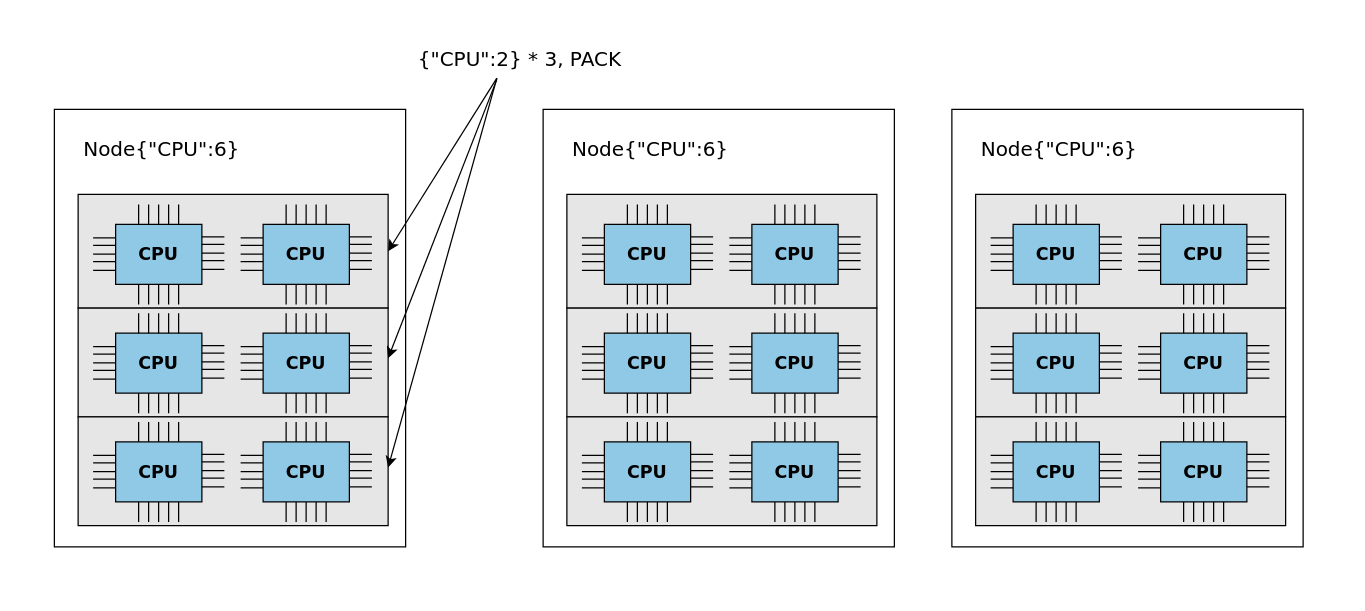
Earlier version of the draw.io diagram drawio/ch-ray-cluster/pg-pack.drawio (godaai/scale-py-zh). Source tidied: cells renumbered, new cells numbered last; positions are measured from the earlier drawing's top-left corner, leaving out a move shared by most shapes. Both pictures are drawn from the tidied source at 125%, with x=0, y=0 at pixel (21, 21).
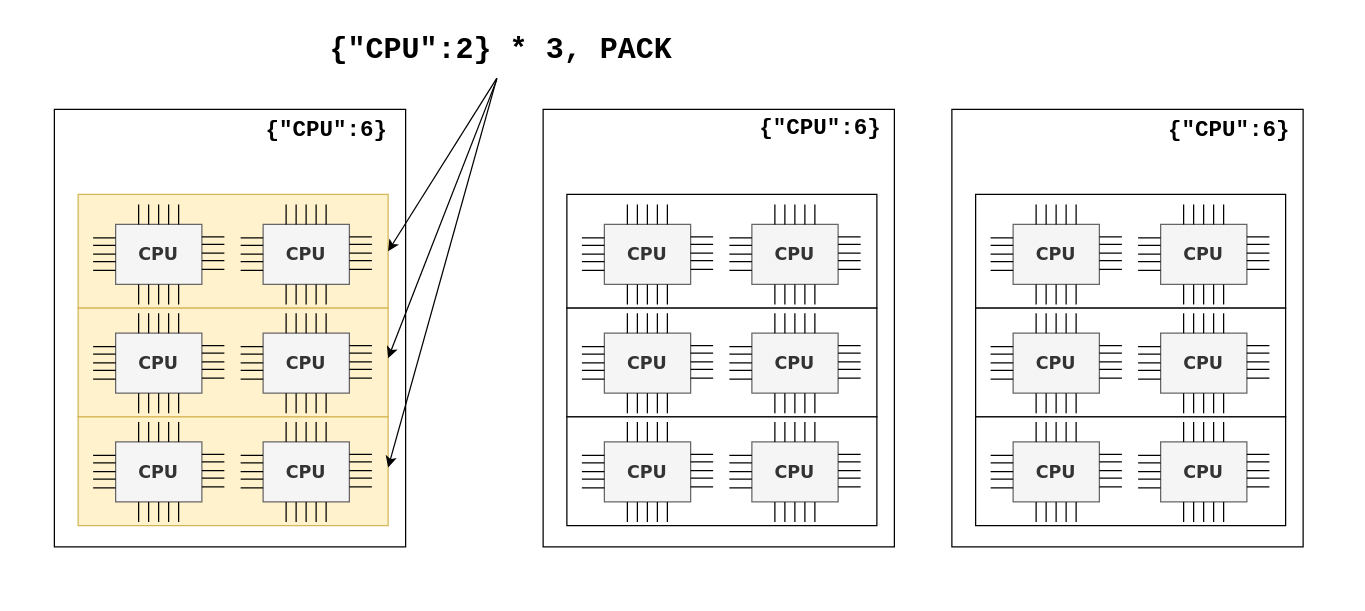
The same page after the edit.

The edit, as a diff of the source:
```diff
@@
-    <mxCell id="4" style="rounded=0;whiteSpace=wrap;html=1;fillColor=#E6E6E6;" parent="1" vertex="1">
+    <mxCell id="4" style="rounded=0;whiteSpace=wrap;html=1;fillColor=#fff2cc;strokeColor=#d6b656;" parent="1" vertex="1">
       <mxGeometry x="45" y="138" width="248" height="91" as="geometry" />
     </mxCell>
-    <mxCell id="5" value="&lt;b&gt;&lt;font style=&quot;font-size: 14px;&quot; face=&quot;Verdana&quot;&gt;CPU&lt;/font&gt;&lt;/b&gt;" style="rounded=0;whiteSpace=wrap;html=1;fillColor=#90C9E6;" parent="1" vertex="1">
+    <mxCell id="5" value="&lt;b&gt;&lt;font style=&quot;font-size: 14px;&quot; face=&quot;Verdana&quot;&gt;CPU&lt;/font&gt;&lt;/b&gt;" style="rounded=0;whiteSpace=wrap;html=1;fillColor=#f5f5f5;strokeColor=#666666;fontColor=#333333;" parent="1" vertex="1">
       <mxGeometry x="75" y="162" width="69" height="48" as="geometry" />
     </mxCell>
@@
-    <mxCell id="26" value="&lt;b&gt;&lt;font style=&quot;font-size: 14px;&quot; face=&quot;Verdana&quot;&gt;CPU&lt;/font&gt;&lt;/b&gt;" style="rounded=0;whiteSpace=wrap;html=1;fillColor=#90C9E6;" parent="1" vertex="1">
+    <mxCell id="26" value="&lt;b&gt;&lt;font style=&quot;font-size: 14px;&quot; face=&quot;Verdana&quot;&gt;CPU&lt;/font&gt;&lt;/b&gt;" style="rounded=0;whiteSpace=wrap;html=1;fillColor=#f5f5f5;strokeColor=#666666;fontColor=#333333;" parent="1" vertex="1">
       <mxGeometry x="193" y="162" width="69" height="48" as="geometry" />
     </mxCell>
@@
-    <mxCell id="47" style="rounded=0;whiteSpace=wrap;html=1;fillColor=#E6E6E6;" parent="1" vertex="1">
+    <mxCell id="47" style="rounded=0;whiteSpace=wrap;html=1;fillColor=#fff2cc;strokeColor=#d6b656;" parent="1" vertex="1">
       <mxGeometry x="45" y="229" width="248" height="87" as="geometry" />
     </mxCell>
-    <mxCell id="48" value="&lt;b&gt;&lt;font style=&quot;font-size: 14px;&quot; face=&quot;Verdana&quot;&gt;CPU&lt;/font&gt;&lt;/b&gt;" style="rounded=0;whiteSpace=wrap;html=1;fillColor=#90C9E6;" parent="1" vertex="1">
+    <mxCell id="48" value="&lt;b&gt;&lt;font style=&quot;font-size: 14px;&quot; face=&quot;Verdana&quot;&gt;CPU&lt;/font&gt;&lt;/b&gt;" style="rounded=0;whiteSpace=wrap;html=1;fillColor=#f5f5f5;strokeColor=#666666;fontColor=#333333;" parent="1" vertex="1">
       <mxGeometry x="75" y="249" width="69" height="48" as="geometry" />
     </mxCell>
@@
-    <mxCell id="69" value="&lt;b&gt;&lt;font style=&quot;font-size: 14px;&quot; face=&quot;Verdana&quot;&gt;CPU&lt;/font&gt;&lt;/b&gt;" style="rounded=0;whiteSpace=wrap;html=1;fillColor=#90C9E6;" parent="1" vertex="1">
+    <mxCell id="69" value="&lt;b&gt;&lt;font style=&quot;font-size: 14px;&quot; face=&quot;Verdana&quot;&gt;CPU&lt;/font&gt;&lt;/b&gt;" style="rounded=0;whiteSpace=wrap;html=1;fillColor=#f5f5f5;fontColor=#333333;strokeColor=#666666;" parent="1" vertex="1">
       <mxGeometry x="193" y="249" width="69" height="48" as="geometry" />
     </mxCell>
@@
-    <mxCell id="90" style="rounded=0;whiteSpace=wrap;html=1;fillColor=#E6E6E6;" parent="1" vertex="1">
+    <mxCell id="90" style="rounded=0;whiteSpace=wrap;html=1;fillColor=#fff2cc;strokeColor=#d6b656;" parent="1" vertex="1">
       <mxGeometry x="45" y="316" width="248" height="87" as="geometry" />
     </mxCell>
-    <mxCell id="91" value="&lt;b&gt;&lt;font style=&quot;font-size: 14px;&quot; face=&quot;Verdana&quot;&gt;CPU&lt;/font&gt;&lt;/b&gt;" style="rounded=0;whiteSpace=wrap;html=1;fillColor=#90C9E6;" parent="1" vertex="1">
+    <mxCell id="91" value="&lt;b&gt;&lt;font style=&quot;font-size: 14px;&quot; face=&quot;Verdana&quot;&gt;CPU&lt;/font&gt;&lt;/b&gt;" style="rounded=0;whiteSpace=wrap;html=1;fillColor=#f5f5f5;strokeColor=#666666;fontColor=#333333;" parent="1" vertex="1">
       <mxGeometry x="75" y="336" width="69" height="48" as="geometry" />
     </mxCell>
@@
-    <mxCell id="112" value="&lt;b&gt;&lt;font style=&quot;font-size: 14px;&quot; face=&quot;Verdana&quot;&gt;CPU&lt;/font&gt;&lt;/b&gt;" style="rounded=0;whiteSpace=wrap;html=1;fillColor=#90C9E6;" parent="1" vertex="1">
+    <mxCell id="112" value="&lt;b&gt;&lt;font style=&quot;font-size: 14px;&quot; face=&quot;Verdana&quot;&gt;CPU&lt;/font&gt;&lt;/b&gt;" style="rounded=0;whiteSpace=wrap;html=1;fillColor=#f5f5f5;strokeColor=#666666;fontColor=#333333;" parent="1" vertex="1">
       <mxGeometry x="193" y="336" width="69" height="48" as="geometry" />
     </mxCell>
@@
-    <mxCell id="133" value="&lt;font style=&quot;font-size: 16px;&quot; face=&quot;Verdana&quot;&gt;Node{&quot;CPU&quot;:6}&lt;/font&gt;" style="text;html=1;align=center;verticalAlign=middle;whiteSpace=wrap;rounded=0;" parent="1" vertex="1">
-      <mxGeometry x="53" y="87" width="118" height="30" as="geometry" />
+    <mxCell id="133" value="&lt;font face=&quot;Courier New&quot; style=&quot;font-size: 18px;&quot;&gt;{&quot;CPU&quot;:6}&lt;/font&gt;" style="text;html=1;align=center;verticalAlign=middle;whiteSpace=wrap;rounded=0;fontStyle=1;" parent="1" vertex="1">
+      <mxGeometry x="185" y="72" width="118" height="30" as="geometry" />
     </mxCell>
@@
-    <mxCell id="135" style="rounded=0;whiteSpace=wrap;html=1;fillColor=#E6E6E6;" parent="1" vertex="1">
+    <mxCell id="135" style="rounded=0;whiteSpace=wrap;html=1;" parent="1" vertex="1">
       <mxGeometry x="436" y="138" width="248" height="91" as="geometry" />
     </mxCell>
-    <mxCell id="136" value="&lt;b&gt;&lt;font style=&quot;font-size: 14px;&quot; face=&quot;Verdana&quot;&gt;CPU&lt;/font&gt;&lt;/b&gt;" style="rounded=0;whiteSpace=wrap;html=1;fillColor=#90C9E6;" parent="1" vertex="1">
+    <mxCell id="136" value="&lt;b&gt;&lt;font style=&quot;font-size: 14px;&quot; face=&quot;Verdana&quot;&gt;CPU&lt;/font&gt;&lt;/b&gt;" style="rounded=0;whiteSpace=wrap;html=1;fillColor=#f5f5f5;strokeColor=#666666;fontColor=#333333;" parent="1" vertex="1">
       <mxGeometry x="466" y="162" width="69" height="48" as="geometry" />
     </mxCell>
@@
-    <mxCell id="157" value="&lt;b&gt;&lt;font style=&quot;font-size: 14px;&quot; face=&quot;Verdana&quot;&gt;CPU&lt;/font&gt;&lt;/b&gt;" style="rounded=0;whiteSpace=wrap;html=1;fillColor=#90C9E6;" parent="1" vertex="1">
+    <mxCell id="157" value="&lt;b&gt;&lt;font style=&quot;font-size: 14px;&quot; face=&quot;Verdana&quot;&gt;CPU&lt;/font&gt;&lt;/b&gt;" style="rounded=0;whiteSpace=wrap;html=1;fillColor=#f5f5f5;strokeColor=#666666;fontColor=#333333;" parent="1" vertex="1">
       <mxGeometry x="584" y="162" width="69" height="48" as="geometry" />
     </mxCell>
@@
-    <mxCell id="178" style="rounded=0;whiteSpace=wrap;html=1;fillColor=#E6E6E6;" parent="1" vertex="1">
+    <mxCell id="178" style="rounded=0;whiteSpace=wrap;html=1;" parent="1" vertex="1">
       <mxGeometry x="436" y="229" width="248" height="87" as="geometry" />
     </mxCell>
-    <mxCell id="179" value="&lt;b&gt;&lt;font style=&quot;font-size: 14px;&quot; face=&quot;Verdana&quot;&gt;CPU&lt;/font&gt;&lt;/b&gt;" style="rounded=0;whiteSpace=wrap;html=1;fillColor=#90C9E6;" parent="1" vertex="1">
+    <mxCell id="179" value="&lt;b&gt;&lt;font style=&quot;font-size: 14px;&quot; face=&quot;Verdana&quot;&gt;CPU&lt;/font&gt;&lt;/b&gt;" style="rounded=0;whiteSpace=wrap;html=1;fillColor=#f5f5f5;strokeColor=#666666;fontColor=#333333;" parent="1" vertex="1">
       <mxGeometry x="466" y="249" width="69" height="48" as="geometry" />
     </mxCell>
@@
-    <mxCell id="200" value="&lt;b&gt;&lt;font style=&quot;font-size: 14px;&quot; face=&quot;Verdana&quot;&gt;CPU&lt;/font&gt;&lt;/b&gt;" style="rounded=0;whiteSpace=wrap;html=1;fillColor=#90C9E6;" parent="1" vertex="1">
+    <mxCell id="200" value="&lt;b&gt;&lt;font style=&quot;font-size: 14px;&quot; face=&quot;Verdana&quot;&gt;CPU&lt;/font&gt;&lt;/b&gt;" style="rounded=0;whiteSpace=wrap;html=1;fillColor=#f5f5f5;strokeColor=#666666;fontColor=#333333;" parent="1" vertex="1">
       <mxGeometry x="584" y="249" width="69" height="48" as="geometry" />
     </mxCell>
@@
-    <mxCell id="221" style="rounded=0;whiteSpace=wrap;html=1;fillColor=#E6E6E6;" parent="1" vertex="1">
+    <mxCell id="221" style="rounded=0;whiteSpace=wrap;html=1;" parent="1" vertex="1">
       <mxGeometry x="436" y="316" width="248" height="87" as="geometry" />
     </mxCell>
-    <mxCell id="222" value="&lt;b&gt;&lt;font style=&quot;font-size: 14px;&quot; face=&quot;Verdana&quot;&gt;CPU&lt;/font&gt;&lt;/b&gt;" style="rounded=0;whiteSpace=wrap;html=1;fillColor=#90C9E6;" parent="1" vertex="1">
+    <mxCell id="222" value="&lt;b&gt;&lt;font style=&quot;font-size: 14px;&quot; face=&quot;Verdana&quot;&gt;CPU&lt;/font&gt;&lt;/b&gt;" style="rounded=0;whiteSpace=wrap;html=1;fillColor=#f5f5f5;strokeColor=#666666;fontColor=#333333;" parent="1" vertex="1">
       <mxGeometry x="466" y="336" width="69" height="48" as="geometry" />
     </mxCell>
@@
-    <mxCell id="243" value="&lt;b&gt;&lt;font style=&quot;font-size: 14px;&quot; face=&quot;Verdana&quot;&gt;CPU&lt;/font&gt;&lt;/b&gt;" style="rounded=0;whiteSpace=wrap;html=1;fillColor=#90C9E6;" parent="1" vertex="1">
+    <mxCell id="243" value="&lt;b&gt;&lt;font style=&quot;font-size: 14px;&quot; face=&quot;Verdana&quot;&gt;CPU&lt;/font&gt;&lt;/b&gt;" style="rounded=0;whiteSpace=wrap;html=1;fillColor=#f5f5f5;strokeColor=#666666;fontColor=#333333;" parent="1" vertex="1">
       <mxGeometry x="584" y="336" width="69" height="48" as="geometry" />
     </mxCell>
@@
-    <mxCell id="264" value="&lt;font style=&quot;font-size: 16px;&quot; face=&quot;Verdana&quot;&gt;Node{&quot;CPU&quot;:6}&lt;/font&gt;" style="text;html=1;align=center;verticalAlign=middle;whiteSpace=wrap;rounded=0;" parent="1" vertex="1">
-      <mxGeometry x="444" y="87" width="118" height="30" as="geometry" />
+    <mxCell id="264" value="&lt;font style=&quot;font-size: 18px;&quot;&gt;{&quot;CPU&quot;:6}&lt;/font&gt;" style="text;html=1;align=center;verticalAlign=middle;whiteSpace=wrap;rounded=0;fontFamily=Courier New;fontSize=18;fontStyle=1;" parent="1" vertex="1">
+      <mxGeometry x="580" y="70" width="118" height="30" as="geometry" />
     </mxCell>
@@
-    <mxCell id="266" style="rounded=0;whiteSpace=wrap;html=1;fillColor=#E6E6E6;" parent="1" vertex="1">
+    <mxCell id="266" style="rounded=0;whiteSpace=wrap;html=1;" parent="1" vertex="1">
       <mxGeometry x="763" y="138" width="248" height="91" as="geometry" />
     </mxCell>
-    <mxCell id="267" value="&lt;b&gt;&lt;font style=&quot;font-size: 14px;&quot; face=&quot;Verdana&quot;&gt;CPU&lt;/font&gt;&lt;/b&gt;" style="rounded=0;whiteSpace=wrap;html=1;fillColor=#90C9E6;" parent="1" vertex="1">
+    <mxCell id="267" value="&lt;b&gt;&lt;font style=&quot;font-size: 14px;&quot; face=&quot;Verdana&quot;&gt;CPU&lt;/font&gt;&lt;/b&gt;" style="rounded=0;whiteSpace=wrap;html=1;fillColor=#f5f5f5;strokeColor=#666666;fontColor=#333333;" parent="1" vertex="1">
       <mxGeometry x="793" y="162" width="69" height="48" as="geometry" />
     </mxCell>
@@
-    <mxCell id="288" value="&lt;b&gt;&lt;font style=&quot;font-size: 14px;&quot; face=&quot;Verdana&quot;&gt;CPU&lt;/font&gt;&lt;/b&gt;" style="rounded=0;whiteSpace=wrap;html=1;fillColor=#90C9E6;" parent="1" vertex="1">
+    <mxCell id="288" value="&lt;b&gt;&lt;font style=&quot;font-size: 14px;&quot; face=&quot;Verdana&quot;&gt;CPU&lt;/font&gt;&lt;/b&gt;" style="rounded=0;whiteSpace=wrap;html=1;fillColor=#f5f5f5;strokeColor=#666666;fontColor=#333333;" parent="1" vertex="1">
       <mxGeometry x="911" y="162" width="69" height="48" as="geometry" />
     </mxCell>
@@
-    <mxCell id="309" style="rounded=0;whiteSpace=wrap;html=1;fillColor=#E6E6E6;" parent="1" vertex="1">
+    <mxCell id="309" style="rounded=0;whiteSpace=wrap;html=1;" parent="1" vertex="1">
       <mxGeometry x="763" y="229" width="248" height="87" as="geometry" />
     </mxCell>
-    <mxCell id="310" value="&lt;b&gt;&lt;font style=&quot;font-size: 14px;&quot; face=&quot;Verdana&quot;&gt;CPU&lt;/font&gt;&lt;/b&gt;" style="rounded=0;whiteSpace=wrap;html=1;fillColor=#90C9E6;" parent="1" vertex="1">
+    <mxCell id="310" value="&lt;b&gt;&lt;font style=&quot;font-size: 14px;&quot; face=&quot;Verdana&quot;&gt;CPU&lt;/font&gt;&lt;/b&gt;" style="rounded=0;whiteSpace=wrap;html=1;fillColor=#f5f5f5;strokeColor=#666666;fontColor=#333333;" parent="1" vertex="1">
       <mxGeometry x="793" y="249" width="69" height="48" as="geometry" />
     </mxCell>
@@
-    <mxCell id="331" value="&lt;b&gt;&lt;font style=&quot;font-size: 14px;&quot; face=&quot;Verdana&quot;&gt;CPU&lt;/font&gt;&lt;/b&gt;" style="rounded=0;whiteSpace=wrap;html=1;fillColor=#90C9E6;" parent="1" vertex="1">
+    <mxCell id="331" value="&lt;b&gt;&lt;font style=&quot;font-size: 14px;&quot; face=&quot;Verdana&quot;&gt;CPU&lt;/font&gt;&lt;/b&gt;" style="rounded=0;whiteSpace=wrap;html=1;fillColor=#f5f5f5;strokeColor=#666666;fontColor=#333333;" parent="1" vertex="1">
       <mxGeometry x="911" y="249" width="69" height="48" as="geometry" />
     </mxCell>
@@
-    <mxCell id="352" style="rounded=0;whiteSpace=wrap;html=1;fillColor=#E6E6E6;" parent="1" vertex="1">
+    <mxCell id="352" style="rounded=0;whiteSpace=wrap;html=1;" parent="1" vertex="1">
       <mxGeometry x="763" y="316" width="248" height="87" as="geometry" />
     </mxCell>
-    <mxCell id="353" value="&lt;b&gt;&lt;font style=&quot;font-size: 14px;&quot; face=&quot;Verdana&quot;&gt;CPU&lt;/font&gt;&lt;/b&gt;" style="rounded=0;whiteSpace=wrap;html=1;fillColor=#90C9E6;" parent="1" vertex="1">
+    <mxCell id="353" value="&lt;b&gt;&lt;font style=&quot;font-size: 14px;&quot; face=&quot;Verdana&quot;&gt;CPU&lt;/font&gt;&lt;/b&gt;" style="rounded=0;whiteSpace=wrap;html=1;fillColor=#f5f5f5;strokeColor=#666666;fontColor=#333333;" parent="1" vertex="1">
       <mxGeometry x="793" y="336" width="69" height="48" as="geometry" />
     </mxCell>
@@
-    <mxCell id="374" value="&lt;b&gt;&lt;font style=&quot;font-size: 14px;&quot; face=&quot;Verdana&quot;&gt;CPU&lt;/font&gt;&lt;/b&gt;" style="rounded=0;whiteSpace=wrap;html=1;fillColor=#90C9E6;" parent="1" vertex="1">
+    <mxCell id="374" value="&lt;b&gt;&lt;font style=&quot;font-size: 14px;&quot; face=&quot;Verdana&quot;&gt;CPU&lt;/font&gt;&lt;/b&gt;" style="rounded=0;whiteSpace=wrap;html=1;fillColor=#f5f5f5;strokeColor=#666666;fontColor=#333333;" parent="1" vertex="1">
       <mxGeometry x="911" y="336" width="69" height="48" as="geometry" />
     </mxCell>
@@
-    <mxCell id="395" value="&lt;font style=&quot;font-size: 16px;&quot; face=&quot;Verdana&quot;&gt;Node{&quot;CPU&quot;:6}&lt;/font&gt;" style="text;html=1;align=center;verticalAlign=middle;whiteSpace=wrap;rounded=0;" parent="1" vertex="1">
-      <mxGeometry x="771" y="87" width="118" height="30" as="geometry" />
+    <mxCell id="395" value="&lt;font style=&quot;font-size: 18px;&quot;&gt;{&quot;CPU&quot;:6}&lt;/font&gt;" style="text;html=1;align=center;verticalAlign=middle;whiteSpace=wrap;rounded=0;fontFamily=Courier New;fontSize=18;fontStyle=1;" parent="1" vertex="1">
+      <mxGeometry x="907" y="72" width="118" height="30" as="geometry" />
     </mxCell>
-    <mxCell id="396" value="&lt;font style=&quot;font-size: 16px;&quot; face=&quot;Verdana&quot;&gt;{&quot;CPU&quot;:2} * 3, PACK&lt;/font&gt;" style="text;html=1;align=center;verticalAlign=middle;whiteSpace=wrap;rounded=0;" parent="1" vertex="1">
-      <mxGeometry x="288" y="15" width="221" height="30" as="geometry" />
+    <mxCell id="396" value="&lt;font face=&quot;Courier New&quot; style=&quot;font-size: 24px;&quot;&gt;&lt;b&gt;{&quot;CPU&quot;:2} * 3, PACK&lt;/b&gt;&lt;/font&gt;" style="text;html=1;align=center;verticalAlign=middle;whiteSpace=wrap;rounded=0;" parent="1" vertex="1">
+      <mxGeometry x="242" y="8" width="283" height="30" as="geometry" />
     </mxCell>
```
